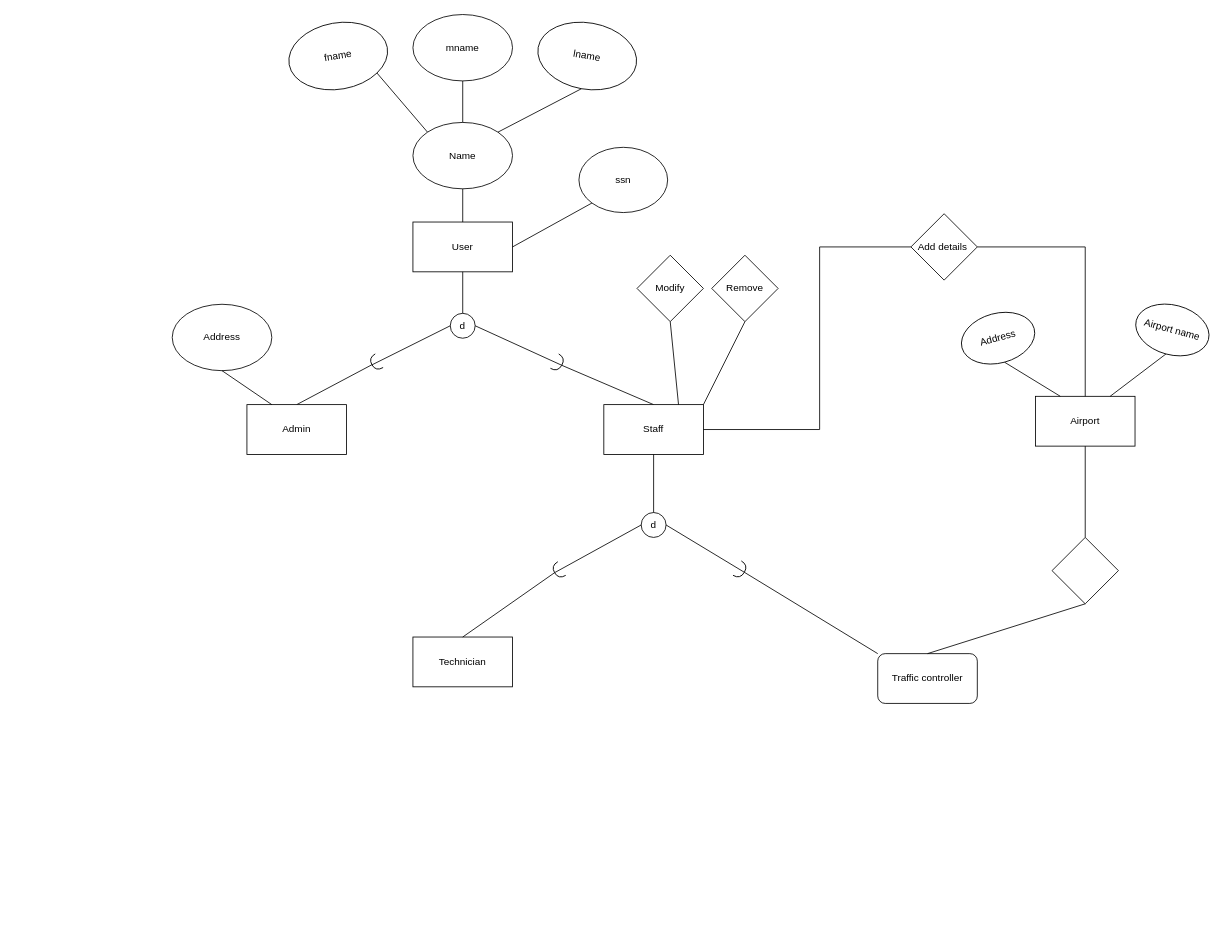
This is Phase2.drawio from codestrummer29/dbd, a draw.io file, before an edit. Source tidied: cells renumbered, new cells numbered last; positions are measured from the earlier drawing's top-left corner, leaving out a move shared by most shapes. Both pictures are drawn from the tidied source at 83%, with x=0, y=0 at pixel (172, 14).
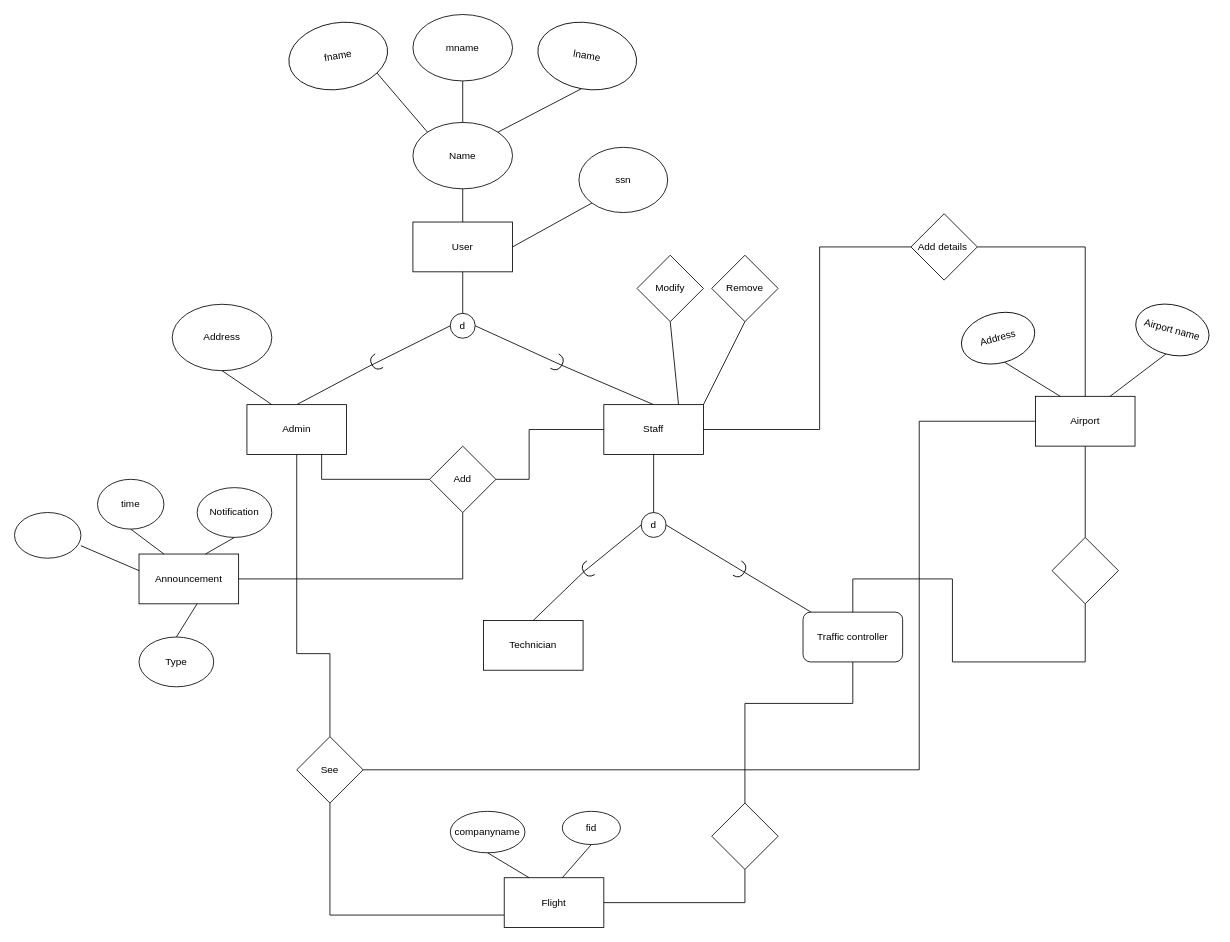
Above is the later version.

Unchanged cells that the change refers to:
```xml
<mxCell id="18" value="Admin" style="rounded=0;whiteSpace=wrap;html=1;" parent="1" vertex="1">
  <mxGeometry x="90" y="470" width="120" height="60" as="geometry" />
</mxCell>
<mxCell id="24" value="Staff" style="rounded=0;whiteSpace=wrap;html=1;" parent="1" vertex="1">
  <mxGeometry x="520" y="470" width="120" height="60" as="geometry" />
</mxCell>
<mxCell id="31" value="Airport" style="rounded=0;whiteSpace=wrap;html=1;" parent="1" vertex="1">
  <mxGeometry x="1040" y="460" width="120" height="60" as="geometry" />
</mxCell>
<mxCell id="37" style="rhombus;whiteSpace=wrap;html=1;" parent="1" vertex="1">
  <mxGeometry x="1060" y="630" width="80" height="80" as="geometry" />
</mxCell>
<mxCell id="45" style="shape=requiredInterface;html=1;verticalLabelPosition=bottom;sketch=0;rotation=30;" parent="1" vertex="1">
  <mxGeometry x="680" y="659.5" width="10" height="20" as="geometry" />
</mxCell>
```

Diff of the diagram source:
```diff
@@
     <mxCell id="39" value="Traffic controller" style="rounded=1;whiteSpace=wrap;html=1;" parent="1" vertex="1">
-      <mxGeometry x="850" y="770" width="120" height="60" as="geometry" />
+      <mxGeometry x="760" y="720" width="120" height="60" as="geometry" />
     </mxCell>
     <mxCell id="40" style="endArrow=none;html=1;rounded=0;entryX=0.5;entryY=1;entryDx=0;entryDy=0;exitX=0.5;exitY=0;exitDx=0;exitDy=0;" parent="1" edge="1" source="39" target="37">
-      <mxGeometry relative="1" as="geometry" />
+      <mxGeometry relative="1" as="geometry">
+        <Array as="points">
+          <mxPoint x="820" y="680" />
+          <mxPoint x="940" y="680" />
+          <mxPoint x="940" y="780" />
+          <mxPoint x="1100" y="780" />
+        </Array>
+      </mxGeometry>
     </mxCell>
@@
     <mxCell id="43" style="shape=requiredInterface;html=1;verticalLabelPosition=bottom;sketch=0;rotation=-210;" parent="1" vertex="1">
-      <mxGeometry x="460" y="660.5" width="10" height="19" as="geometry" />
+      <mxGeometry x="495" y="659.5" width="10" height="19" as="geometry" />
     </mxCell>
@@
-    <mxCell id="47" style="endArrow=none;html=1;rounded=0;exitX=0;exitY=0;exitDx=0;exitDy=0;entryX=1;entryY=0.5;entryDx=0;entryDy=0;entryPerimeter=0;" parent="1" edge="1" source="39" target="45">
+    <mxCell id="47" style="endArrow=none;html=1;rounded=0;entryX=1;entryY=0.5;entryDx=0;entryDy=0;entryPerimeter=0;" parent="1" edge="1" source="39" target="45">
       <mxGeometry relative="1" as="geometry" />
     </mxCell>
     <mxCell id="48" value="Technician" style="rounded=0;whiteSpace=wrap;html=1;" parent="1" vertex="1">
-      <mxGeometry x="290" y="750" width="120" height="60" as="geometry" />
+      <mxGeometry x="375" y="730" width="120" height="60" as="geometry" />
     </mxCell>
@@
+    <mxCell id="50" value="Add" style="rhombus;whiteSpace=wrap;html=1;" parent="1" vertex="1">
+      <mxGeometry x="310" y="520" width="80" height="80" as="geometry" />
+    </mxCell>
+    <mxCell id="51" style="endArrow=none;html=1;rounded=0;entryX=0.75;entryY=1;entryDx=0;entryDy=0;exitX=0;exitY=0.5;exitDx=0;exitDy=0;" parent="1" edge="1" source="50" target="18">
+      <mxGeometry relative="1" as="geometry">
+        <Array as="points">
+          <mxPoint x="180" y="560" />
+        </Array>
+      </mxGeometry>
+    </mxCell>
+    <mxCell id="52" style="endArrow=none;html=1;rounded=0;entryX=1;entryY=0.5;entryDx=0;entryDy=0;exitX=0;exitY=0.5;exitDx=0;exitDy=0;" parent="1" edge="1" source="24" target="50">
+      <mxGeometry relative="1" as="geometry">
+        <Array as="points">
+          <mxPoint x="430" y="500" />
+          <mxPoint x="430" y="560" />
+        </Array>
+      </mxGeometry>
+    </mxCell>
+    <mxCell id="53" value="Announcement" style="rounded=0;whiteSpace=wrap;html=1;" parent="1" vertex="1">
+      <mxGeometry x="-40" y="650" width="120" height="60" as="geometry" />
+    </mxCell>
+    <mxCell id="54" style="endArrow=none;html=1;rounded=0;exitX=1;exitY=0.5;exitDx=0;exitDy=0;entryX=0.5;entryY=1;entryDx=0;entryDy=0;" parent="1" edge="1" source="53" target="50">
+      <mxGeometry relative="1" as="geometry">
+        <Array as="points">
+          <mxPoint x="350" y="680" />
+        </Array>
+      </mxGeometry>
+    </mxCell>
+    <mxCell id="55" value="Type" style="ellipse;whiteSpace=wrap;html=1;" parent="1" vertex="1">
+      <mxGeometry x="-40" y="750" width="90" height="60" as="geometry" />
+    </mxCell>
+    <mxCell id="56" value="Notification" style="ellipse;whiteSpace=wrap;html=1;" parent="1" vertex="1">
+      <mxGeometry x="30" y="570" width="90" height="60" as="geometry" />
+    </mxCell>
+    <mxCell id="57" value="time" style="ellipse;whiteSpace=wrap;html=1;" parent="1" vertex="1">
+      <mxGeometry x="-90" y="560" width="80" height="60" as="geometry" />
+    </mxCell>
+    <mxCell id="58" style="ellipse;whiteSpace=wrap;html=1;" parent="1" vertex="1">
+      <mxGeometry x="-190" y="600" width="80" height="55" as="geometry" />
+    </mxCell>
+    <mxCell id="59" style="endArrow=none;html=1;rounded=0;entryX=0.5;entryY=0;entryDx=0;entryDy=0;exitX=0.583;exitY=1;exitDx=0;exitDy=0;exitPerimeter=0;" parent="1" edge="1" source="53" target="55">
+      <mxGeometry relative="1" as="geometry" />
+    </mxCell>
+    <mxCell id="60" style="endArrow=none;html=1;rounded=0;entryX=0.5;entryY=1;entryDx=0;entryDy=0;exitX=0.667;exitY=0;exitDx=0;exitDy=0;exitPerimeter=0;" parent="1" edge="1" source="53" target="56">
+      <mxGeometry relative="1" as="geometry" />
+    </mxCell>
+    <mxCell id="61" style="endArrow=none;html=1;rounded=0;entryX=0.5;entryY=1;entryDx=0;entryDy=0;exitX=0.25;exitY=0;exitDx=0;exitDy=0;" parent="1" edge="1" source="53" target="57">
+      <mxGeometry relative="1" as="geometry" />
+    </mxCell>
+    <mxCell id="62" style="endArrow=none;html=1;rounded=0;entryX=1;entryY=0.727;entryDx=0;entryDy=0;entryPerimeter=0;" parent="1" edge="1" target="58">
+      <mxGeometry relative="1" as="geometry">
+        <mxPoint x="-40" y="670" as="sourcePoint" />
+      </mxGeometry>
+    </mxCell>
+    <mxCell id="63" value="See" style="rhombus;whiteSpace=wrap;html=1;" parent="1" vertex="1">
+      <mxGeometry x="150" y="870" width="80" height="80" as="geometry" />
+    </mxCell>
+    <mxCell id="64" style="endArrow=none;html=1;rounded=0;fontFamily=Helvetica;fontSize=12;fontColor=default;exitX=0.5;exitY=0;exitDx=0;exitDy=0;entryX=0.5;entryY=1;entryDx=0;entryDy=0;" parent="1" edge="1" source="63" target="18">
+      <mxGeometry relative="1" as="geometry">
+        <Array as="points">
+          <mxPoint x="190" y="770" />
+          <mxPoint x="150" y="770" />
+        </Array>
+      </mxGeometry>
+    </mxCell>
+    <mxCell id="65" style="endArrow=none;html=1;rounded=0;fontFamily=Helvetica;fontSize=12;fontColor=default;exitX=1;exitY=0.5;exitDx=0;exitDy=0;entryX=0;entryY=0.5;entryDx=0;entryDy=0;" parent="1" edge="1" source="63" target="31">
+      <mxGeometry relative="1" as="geometry">
+        <Array as="points">
+          <mxPoint x="900" y="910" />
+          <mxPoint x="900" y="490" />
+        </Array>
+      </mxGeometry>
+    </mxCell>
+    <mxCell id="66" value="Flight" style="rounded=0;whiteSpace=wrap;html=1;fontFamily=Helvetica;fontSize=12;fontColor=default;strokeColor=default;fillColor=default;" parent="1" vertex="1">
+      <mxGeometry x="400" y="1040" width="120" height="60" as="geometry" />
+    </mxCell>
+    <mxCell id="67" style="endArrow=none;html=1;rounded=0;fontFamily=Helvetica;fontSize=12;fontColor=default;exitX=0.5;exitY=1;exitDx=0;exitDy=0;entryX=0;entryY=0.75;entryDx=0;entryDy=0;" parent="1" edge="1" source="63" target="66">
+      <mxGeometry relative="1" as="geometry">
+        <Array as="points">
+          <mxPoint x="190" y="1085" />
+        </Array>
+      </mxGeometry>
+    </mxCell>
+    <mxCell id="68" style="rhombus;whiteSpace=wrap;html=1;fontFamily=Helvetica;fontSize=12;fontColor=default;strokeColor=default;fillColor=default;" parent="1" vertex="1">
+      <mxGeometry x="650" y="950" width="80" height="80" as="geometry" />
+    </mxCell>
+    <mxCell id="69" style="endArrow=none;html=1;rounded=0;fontFamily=Helvetica;fontSize=12;fontColor=default;entryX=0.5;entryY=1;entryDx=0;entryDy=0;exitX=0.5;exitY=0;exitDx=0;exitDy=0;" parent="1" edge="1" source="68" target="39">
+      <mxGeometry relative="1" as="geometry">
+        <Array as="points">
+          <mxPoint x="690" y="830" />
+          <mxPoint x="820" y="830" />
+        </Array>
+      </mxGeometry>
+    </mxCell>
+    <mxCell id="70" style="endArrow=none;html=1;rounded=0;fontFamily=Helvetica;fontSize=12;fontColor=default;exitX=1;exitY=0.5;exitDx=0;exitDy=0;entryX=0.5;entryY=1;entryDx=0;entryDy=0;" parent="1" edge="1" source="66" target="68">
+      <mxGeometry relative="1" as="geometry">
+        <Array as="points">
+          <mxPoint x="690" y="1070" />
+        </Array>
+      </mxGeometry>
+    </mxCell>
+    <mxCell id="71" value="fid" style="ellipse;whiteSpace=wrap;html=1;fontFamily=Helvetica;fontSize=12;fontColor=default;strokeColor=default;fillColor=default;" parent="1" vertex="1">
+      <mxGeometry x="470" y="960" width="70" height="40" as="geometry" />
+    </mxCell>
+    <mxCell id="72" value="companyname" style="ellipse;whiteSpace=wrap;html=1;fontFamily=Helvetica;fontSize=12;fontColor=default;strokeColor=default;fillColor=default;" parent="1" vertex="1">
+      <mxGeometry x="335" y="960" width="90" height="50" as="geometry" />
+    </mxCell>
+    <mxCell id="73" style="endArrow=none;html=1;rounded=0;fontFamily=Helvetica;fontSize=12;fontColor=default;entryX=0.5;entryY=1;entryDx=0;entryDy=0;" parent="1" edge="1" target="71">
+      <mxGeometry relative="1" as="geometry">
+        <mxPoint x="470" y="1040" as="sourcePoint" />
+      </mxGeometry>
+    </mxCell>
+    <mxCell id="74" style="endArrow=none;html=1;rounded=0;fontFamily=Helvetica;fontSize=12;fontColor=default;entryX=0.5;entryY=1;entryDx=0;entryDy=0;exitX=0.25;exitY=0;exitDx=0;exitDy=0;" parent="1" edge="1" source="66" target="72">
+      <mxGeometry relative="1" as="geometry" />
+    </mxCell>
```
